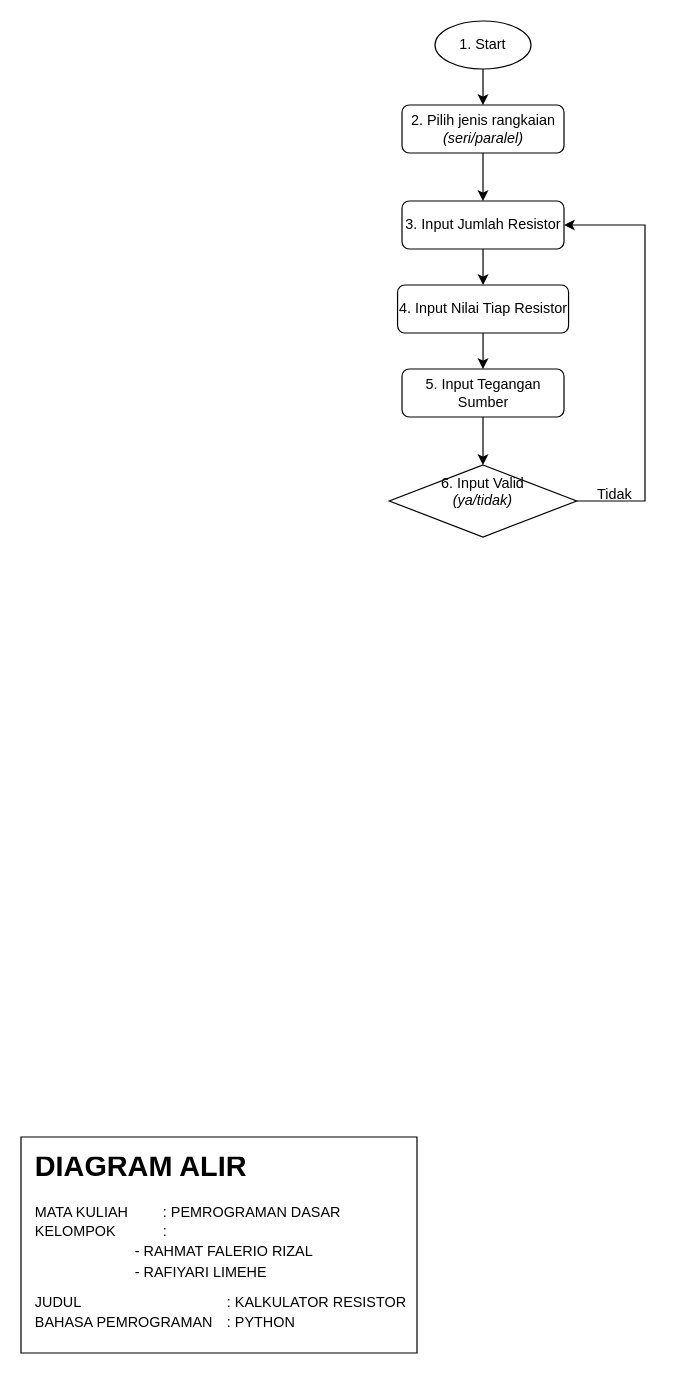
This is Diag-1-Py.drawio from rahmatfrzal/Python, a draw.io file, before an edit. Source tidied: cells renumbered, new cells numbered last; positions are measured from the earlier drawing's top-left corner, leaving out a move shared by most shapes. Both pictures are drawn from the tidied source at 120%, with x=0, y=0 at pixel (20, 20).
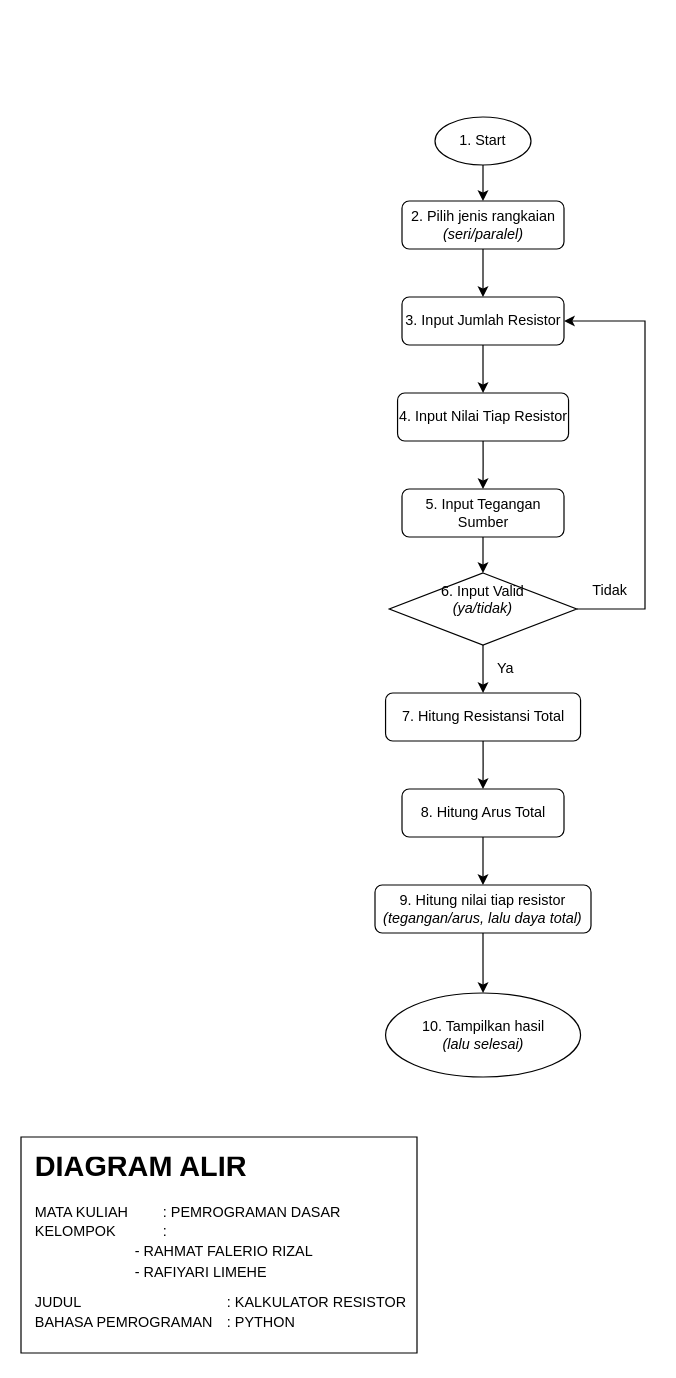
Above is the later version.

Diff of the diagram source:
```diff
@@
     <mxCell id="4" value="3. Input Jumlah Resistor" style="rounded=1;whiteSpace=wrap;html=1;roundedPerimeter=1;" parent="1" vertex="1">
-      <mxGeometry x="317.5" y="150" width="135" height="40" as="geometry" />
+      <mxGeometry x="317.5" y="230" width="135" height="40" as="geometry" />
     </mxCell>
@@
-    <mxCell id="6" style="edgeStyle=orthogonalEdgeStyle;rounded=0;jettySize=auto;html=1;exitX=0.5;exitY=1;exitDx=0;exitDy=0;" parent="1" edge="1" source="8">
-      <mxGeometry relative="1" as="geometry">
-        <mxPoint x="384.7" y="110.3" as="targetPoint" />
-      </mxGeometry>
-    </mxCell>
@@
     <mxCell id="8" value="2. Pilih jenis rangkaian&lt;div&gt;&lt;i&gt;(seri/paralel)&lt;/i&gt;&lt;/div&gt;" style="rounded=1;whiteSpace=wrap;html=1;roundedPerimeter=1;" parent="1" vertex="1">
-      <mxGeometry x="317.5" y="70" width="135" height="40" as="geometry" />
+      <mxGeometry x="317.5" y="150" width="135" height="40" as="geometry" />
     </mxCell>
@@
     <mxCell id="11" value="4. Input Nilai Tiap Resistor" style="rounded=1;whiteSpace=wrap;html=1;roundedPerimeter=1;" parent="1" vertex="1">
-      <mxGeometry x="313.8" y="220" width="142.5" height="40" as="geometry" />
+      <mxGeometry x="313.8" y="310" width="142.5" height="40" as="geometry" />
     </mxCell>
@@
     <mxCell id="13" value="5. Input Tegangan Sumber" style="rounded=1;whiteSpace=wrap;html=1;roundedPerimeter=1;" parent="1" vertex="1">
-      <mxGeometry x="317.5" y="290" width="135" height="40" as="geometry" />
+      <mxGeometry x="317.5" y="390" width="135" height="40" as="geometry" />
     </mxCell>
@@
     <mxCell id="15" value="&lt;div&gt;1. Start&lt;/div&gt;" style="ellipse;whiteSpace=wrap;html=1;shapeInside=1;" parent="1" vertex="1">
-      <mxGeometry x="345" width="80" height="40" as="geometry" />
+      <mxGeometry x="345" y="80" width="80" height="40" as="geometry" />
     </mxCell>
     <mxCell id="16" style="edgeStyle=orthogonalEdgeStyle;rounded=0;jettySize=auto;html=1;exitX=1;exitY=0.5;exitDx=0;exitDy=0;entryX=1;entryY=0.5;entryDx=0;entryDy=0;" parent="1" edge="1" source="17" target="4">
-      <mxGeometry relative="1" as="geometry">
+      <mxGeometry x="0.44" relative="1" as="geometry">
         <Array as="points">
-          <mxPoint x="520" y="400" />
-          <mxPoint x="520" y="170" />
+          <mxPoint x="520" y="490" />
+          <mxPoint x="520" y="250" />
         </Array>
       </mxGeometry>
     </mxCell>
+    <mxCell id="19" style="edgeStyle=orthogonalEdgeStyle;rounded=0;jettySize=auto;html=1;exitX=0.5;exitY=1;exitDx=0;exitDy=0;entryX=0.5;entryY=0;entryDx=0;entryDy=0;" parent="1" edge="1" source="17" target="21">
+      <mxGeometry relative="1" as="geometry" />
+    </mxCell>
     <mxCell id="17" value="6. Input Valid&lt;br&gt;&lt;i&gt;(ya/tidak)&lt;/i&gt;&lt;br&gt;&lt;div&gt;&lt;br&gt;&lt;/div&gt;" style="rhombus;whiteSpace=wrap;html=1;shapeInside=1;" parent="1" vertex="1">
-      <mxGeometry x="306.9" y="370" width="156.2" height="60" as="geometry" />
+      <mxGeometry x="306.9" y="460" width="156.2" height="60" as="geometry" />
     </mxCell>
     <mxCell id="18" value="Tidak" style="text;html=1;whiteSpace=wrap;strokeColor=none;fillColor=none;align=center;verticalAlign=middle;rounded=0;" parent="1" vertex="1">
-      <mxGeometry x="470" y="380" width="50" height="30" as="geometry" />
+      <mxGeometry x="466.2" y="460" width="50" height="30" as="geometry" />
     </mxCell>
+    <mxCell id="20" style="edgeStyle=orthogonalEdgeStyle;rounded=0;jettySize=auto;html=1;exitX=0.5;exitY=1;exitDx=0;exitDy=0;entryX=0.5;entryY=0;entryDx=0;entryDy=0;" parent="1" edge="1" source="21" target="23">
+      <mxGeometry relative="1" as="geometry" />
+    </mxCell>
+    <mxCell id="21" value="7. Hitung Resistansi Total" style="rounded=1;whiteSpace=wrap;html=1;roundedPerimeter=1;" parent="1" vertex="1">
+      <mxGeometry x="303.8" y="560" width="162.5" height="40" as="geometry" />
+    </mxCell>
+    <mxCell id="22" style="edgeStyle=orthogonalEdgeStyle;rounded=0;jettySize=auto;html=1;exitX=0.5;exitY=1;exitDx=0;exitDy=0;entryX=0.5;entryY=0;entryDx=0;entryDy=0;" parent="1" edge="1" source="23" target="25">
+      <mxGeometry relative="1" as="geometry" />
+    </mxCell>
+    <mxCell id="23" value="8. Hitung Arus Total" style="rounded=1;whiteSpace=wrap;html=1;roundedPerimeter=1;" parent="1" vertex="1">
+      <mxGeometry x="317.5" y="640" width="135" height="40" as="geometry" />
+    </mxCell>
+    <mxCell id="24" style="edgeStyle=orthogonalEdgeStyle;rounded=0;jettySize=auto;html=1;exitX=0.5;exitY=1;exitDx=0;exitDy=0;entryX=0.5;entryY=0;entryDx=0;entryDy=0;" parent="1" edge="1" source="25" target="26">
+      <mxGeometry relative="1" as="geometry" />
+    </mxCell>
+    <mxCell id="25" value="9. Hitung nilai tiap resistor&lt;div&gt;&lt;i&gt;(tegangan/arus, lalu daya total)&lt;/i&gt;&lt;/div&gt;" style="rounded=1;whiteSpace=wrap;html=1;roundedPerimeter=1;" parent="1" vertex="1">
+      <mxGeometry x="295" y="720" width="180" height="40" as="geometry" />
+    </mxCell>
+    <mxCell id="26" value="10. Tampilkan hasil&lt;br&gt;&lt;i&gt;(lalu selesai)&lt;/i&gt;" style="ellipse;whiteSpace=wrap;html=1;shapeInside=1;" parent="1" vertex="1">
+      <mxGeometry x="303.8" y="810" width="162.5" height="70" as="geometry" />
+    </mxCell>
+    <mxCell id="27" value="Ya" style="text;html=1;whiteSpace=wrap;strokeColor=none;fillColor=none;align=center;verticalAlign=middle;rounded=0;" parent="1" vertex="1">
+      <mxGeometry x="384" y="525" width="40" height="30" as="geometry" />
+    </mxCell>
```
